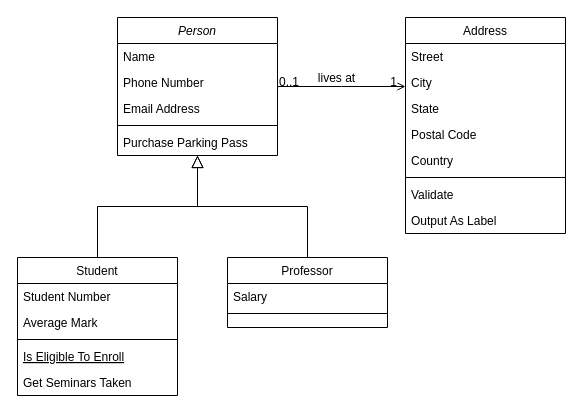
This is Untitled Diagram.drawio from nagaoka1166/tester, a draw.io file, before an edit. Source tidied: cells renumbered, new cells numbered last; positions are measured from the earlier drawing's top-left corner, leaving out a move shared by most shapes. Both pictures are drawn from the tidied source at 100%, with x=0, y=0 at pixel (17, 17).
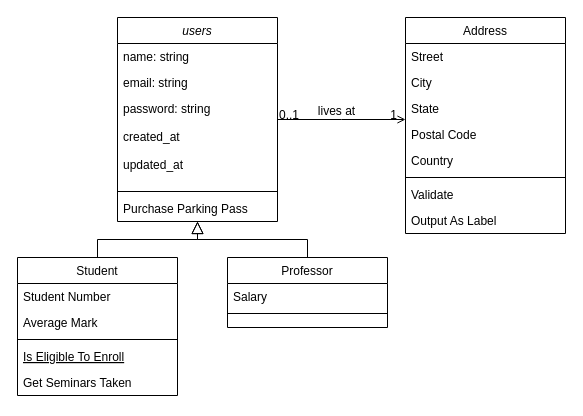
Above is the later version.

The edit, as a diff of the source:
```diff
@@
-    <mxCell id="2" value="Person" style="swimlane;fontStyle=2;align=center;verticalAlign=top;horizontal=1;startSize=26;rounded=0;shadow=0;strokeWidth=1;" parent="1" vertex="1">
-      <mxGeometry x="100" width="160" height="138" as="geometry" />
+    <mxCell id="2" value="users" style="swimlane;fontStyle=2;align=center;verticalAlign=top;horizontal=1;startSize=26;rounded=0;shadow=0;strokeWidth=1;" parent="1" vertex="1">
+      <mxGeometry x="100" width="160" height="204" as="geometry" />
     </mxCell>
-    <mxCell id="3" value="Name" style="text;align=left;verticalAlign=top;spacingLeft=4;spacingRight=4;overflow=hidden;" parent="2" vertex="1">
+    <mxCell id="3" value="name: string" style="text;align=left;verticalAlign=top;spacingLeft=4;spacingRight=4;overflow=hidden;" parent="2" vertex="1">
       <mxGeometry y="26" width="160" height="26" as="geometry" />
     </mxCell>
-    <mxCell id="4" value="Phone Number" style="text;align=left;verticalAlign=top;spacingLeft=4;spacingRight=4;overflow=hidden;rounded=0;shadow=0;html=0;" parent="2" vertex="1">
+    <mxCell id="4" value="email: string" style="text;align=left;verticalAlign=top;spacingLeft=4;spacingRight=4;overflow=hidden;rounded=0;shadow=0;html=0;" parent="2" vertex="1">
       <mxGeometry y="52" width="160" height="26" as="geometry" />
     </mxCell>
-    <mxCell id="5" value="Email Address" style="text;align=left;verticalAlign=top;spacingLeft=4;spacingRight=4;overflow=hidden;rounded=0;shadow=0;html=0;" parent="2" vertex="1">
-      <mxGeometry y="78" width="160" height="26" as="geometry" />
-    </mxCell>
+    <mxCell id="32" value="password: string&#10; &#10;created_at&#10;&#10;updated_at&#10;&#10;" style="text;align=left;verticalAlign=top;spacingLeft=4;spacingRight=4;overflow=hidden;rounded=0;shadow=0;html=0;" parent="2" vertex="1">
+      <mxGeometry y="78" width="160" height="92" as="geometry" />
+    </mxCell>
     <mxCell id="6" style="line;html=1;strokeWidth=1;align=left;verticalAlign=middle;spacingTop=-1;spacingLeft=3;spacingRight=3;labelPosition=right;" parent="2" vertex="1">
-      <mxGeometry y="104" width="160" height="8" as="geometry" />
+      <mxGeometry y="170" width="160" height="8" as="geometry" />
     </mxCell>
     <mxCell id="7" value="Purchase Parking Pass" style="text;align=left;verticalAlign=top;spacingLeft=4;spacingRight=4;overflow=hidden;" parent="2" vertex="1">
-      <mxGeometry y="112" width="160" height="26" as="geometry" />
+      <mxGeometry y="178" width="160" height="26" as="geometry" />
     </mxCell>
```
